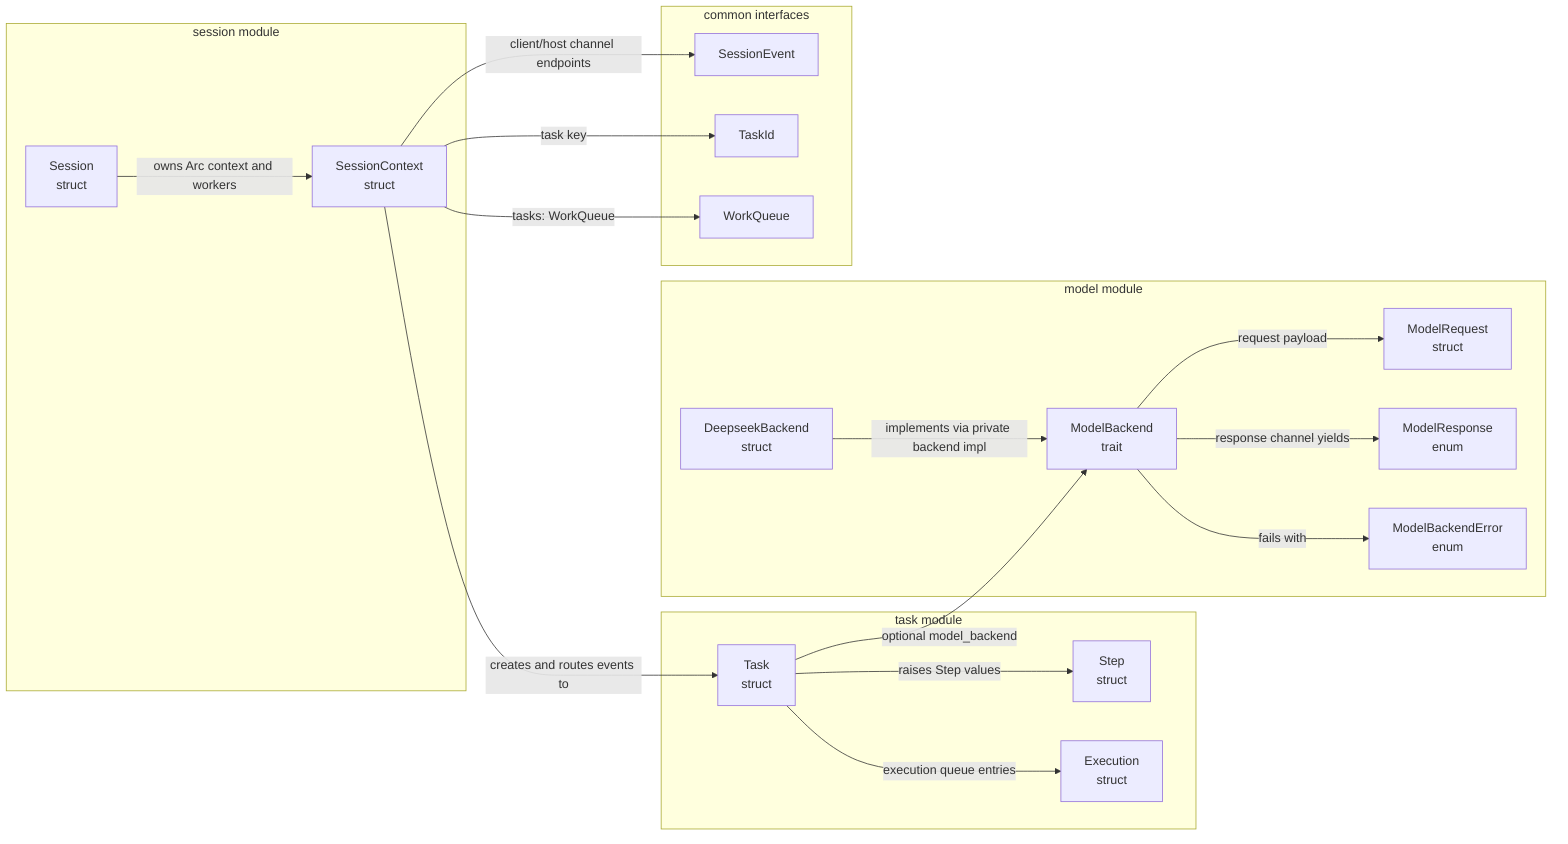
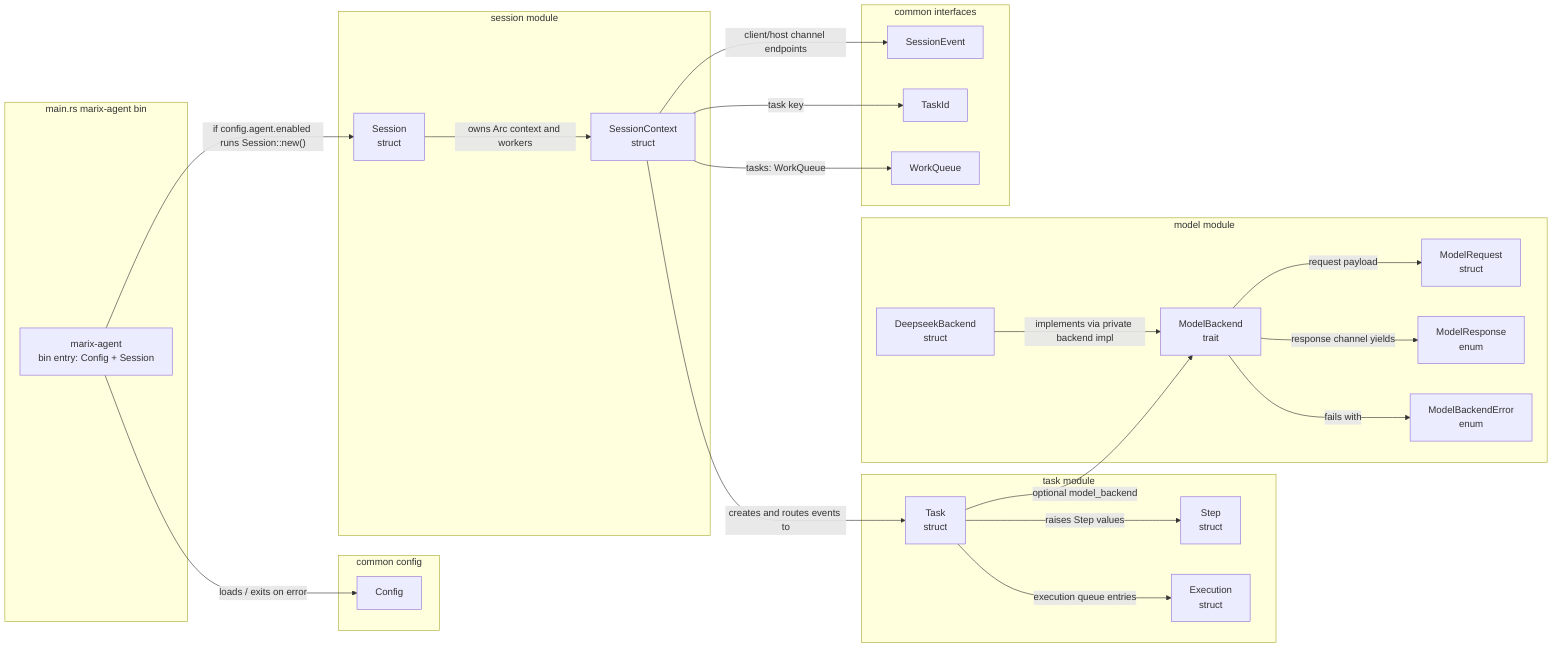
flowchart LR
-   %% lib.rs only wires child modules and re-exports public agent interfaces.
+   %% lib.rs only wires child modules and re-exports public agent interfaces. main.rs is the marix-agent binary entry that loads the global Config and, unless config.agent.enabled is false, runs Session::new() and parks the process.
+   subgraph main_rs[main.rs marix-agent bin]
+     MarixAgentBin["marix-agent\nbin entry: Config + Session"]
+   end
+ 
+   subgraph agent_config[common config]
+     Config["Config"]
+   end
+ 
  subgraph session_module[session module]
    Session["Session\nstruct"]
    SessionContext["SessionContext\nstruct"]
  end

  subgraph task_module[task module]
    Task["Task\nstruct"]
    Step["Step\nstruct"]
    Execution["Execution\nstruct"]
  end

  subgraph model_module[model module]
    ModelBackend["ModelBackend\ntrait"]
    DeepseekBackend["DeepseekBackend\nstruct"]
    ModelRequest["ModelRequest\nstruct"]
    ModelResponse["ModelResponse\nenum"]
    ModelBackendError["ModelBackendError\nenum"]
  end

  subgraph common_interfaces[common interfaces]
    SessionEvent["SessionEvent"]
    TaskId["TaskId"]
    WorkQueue["WorkQueue"]
  end

+   MarixAgentBin -->|"loads / exits on error"| Config
+   MarixAgentBin -->|"if config.agent.enabled runs Session::new()"| Session
  Session -->|"owns Arc context and workers"| SessionContext
  SessionContext -->|"client/host channel endpoints"| SessionEvent
  SessionContext -->|"tasks: WorkQueue<TaskId, Task>"| WorkQueue
  SessionContext -->|"task key"| TaskId
  SessionContext -->|"creates and routes events to"| Task
  Task -->|"raises Step values"| Step
  Task -->|"optional model_backend"| ModelBackend
  Task -->|"execution queue entries"| Execution
  ModelBackend -->|"request payload"| ModelRequest
  ModelBackend -->|"response channel yields"| ModelResponse
  DeepseekBackend -->|"implements via private backend impl"| ModelBackend
  ModelBackend -->|"fails with"| ModelBackendError
